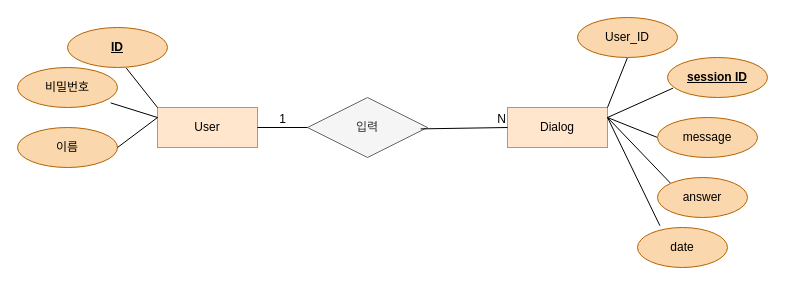
soijeongg/diagram keeps this draw.io diagram as 챗봇진.drawio. Above is the earlier version. Source tidied: cells renumbered, new cells numbered last; positions are measured from the earlier drawing's top-left corner, leaving out a move shared by most shapes. Both pictures are drawn from the tidied source at 100%, with x=0, y=0 at pixel (17, 17).
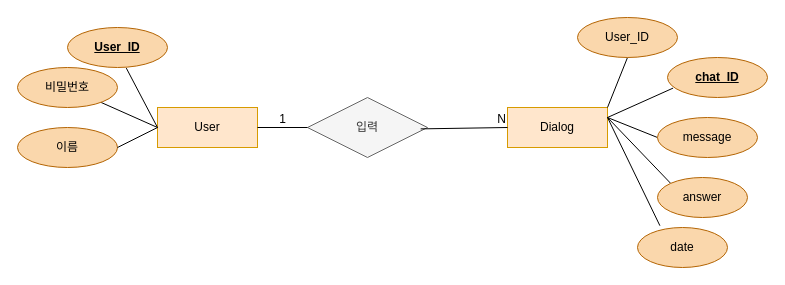
After the change.

Commit message:
챗봇진.drawio 업데이트

The change refers to these unchanged cells:
```xml
<mxCell id="3" value="User" style="whiteSpace=wrap;html=1;align=center;strokeColor=#d79b00;fillStyle=solid;fillColor=#ffe6cc;" parent="1" vertex="1">
  <mxGeometry x="140" y="90" width="100" height="40" as="geometry" />
</mxCell>
<mxCell id="7" value="비밀번호" style="ellipse;whiteSpace=wrap;html=1;align=center;fillColor=#fad7ac;strokeColor=#b46504;" parent="1" vertex="1">
  <mxGeometry y="50" width="100" height="40" as="geometry" />
</mxCell>
<mxCell id="8" value="이름" style="ellipse;whiteSpace=wrap;html=1;align=center;direction=west;fillColor=#fad7ac;strokeColor=#b46504;" parent="1" vertex="1">
  <mxGeometry y="110" width="100" height="40" as="geometry" />
</mxCell>
```

What changed in the source:
```diff
@@
-    <mxCell id="5" style="endArrow=none;html=1;rounded=0;entryX=0;entryY=0;entryDx=0;entryDy=0;exitX=0.588;exitY=1.015;exitDx=0;exitDy=0;exitPerimeter=0;" parent="1" edge="1" source="23" target="3">
+    <mxCell id="5" style="endArrow=none;html=1;rounded=0;exitX=0.588;exitY=1.015;exitDx=0;exitDy=0;exitPerimeter=0;entryX=0;entryY=0.5;entryDx=0;entryDy=0;" parent="1" edge="1" source="23" target="3">
       <mxGeometry relative="1" as="geometry" />
     </mxCell>
-    <mxCell id="6" style="endArrow=none;html=1;rounded=0;entryX=0;entryY=0.25;entryDx=0;entryDy=0;exitX=0.932;exitY=0.885;exitDx=0;exitDy=0;exitPerimeter=0;" parent="1" edge="1" source="7" target="3">
+    <mxCell id="6" style="endArrow=none;html=1;rounded=0;entryX=0;entryY=0.5;entryDx=0;entryDy=0;" parent="1" edge="1" source="7" target="3">
       <mxGeometry relative="1" as="geometry" />
     </mxCell>
@@
-    <mxCell id="9" style="endArrow=none;html=1;rounded=0;entryX=0;entryY=0.25;entryDx=0;entryDy=0;exitX=0;exitY=0.5;exitDx=0;exitDy=0;" parent="1" edge="1" source="8" target="3">
+    <mxCell id="9" style="endArrow=none;html=1;rounded=0;entryX=0;entryY=0.5;entryDx=0;entryDy=0;exitX=0;exitY=0.5;exitDx=0;exitDy=0;" parent="1" edge="1" source="8" target="3">
       <mxGeometry relative="1" as="geometry" />
     </mxCell>
@@
-    <mxCell id="23" value="&lt;b&gt;ID&lt;/b&gt;" style="ellipse;whiteSpace=wrap;html=1;align=center;fontStyle=4;fillColor=#fad7ac;strokeColor=#b46504;" parent="1" vertex="1">
+    <mxCell id="23" value="&lt;b&gt;User_ID&lt;/b&gt;" style="ellipse;whiteSpace=wrap;html=1;align=center;fontStyle=4;fillColor=#fad7ac;strokeColor=#b46504;" parent="1" vertex="1">
       <mxGeometry x="50" y="10" width="100" height="40" as="geometry" />
     </mxCell>
-    <mxCell id="24" value="&lt;b&gt;session ID&lt;/b&gt;" style="ellipse;whiteSpace=wrap;html=1;align=center;fontStyle=4;fillColor=#fad7ac;strokeColor=#b46504;" parent="1" vertex="1">
+    <mxCell id="24" value="&lt;b&gt;chat_ID&lt;/b&gt;" style="ellipse;whiteSpace=wrap;html=1;align=center;fontStyle=4;fillColor=#fad7ac;strokeColor=#b46504;" parent="1" vertex="1">
       <mxGeometry x="650" y="40" width="100" height="40" as="geometry" />
     </mxCell>
```
